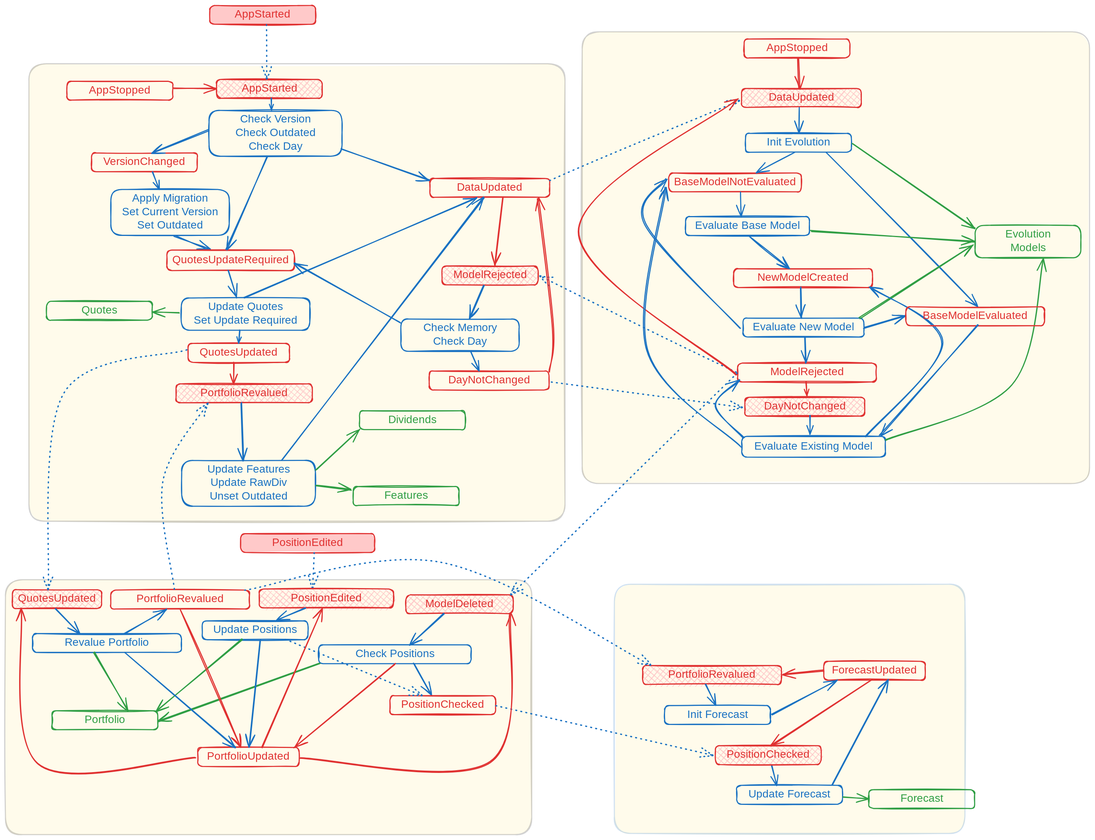
Before: docs/fsm.excalidraw.svg, a diagram exported from Excalidraw (WLM1ke/poptimizer). Source tidied: one line per element, renumbered; positions are measured from the earlier drawing's top-left corner, leaving out a move shared by most shapes.
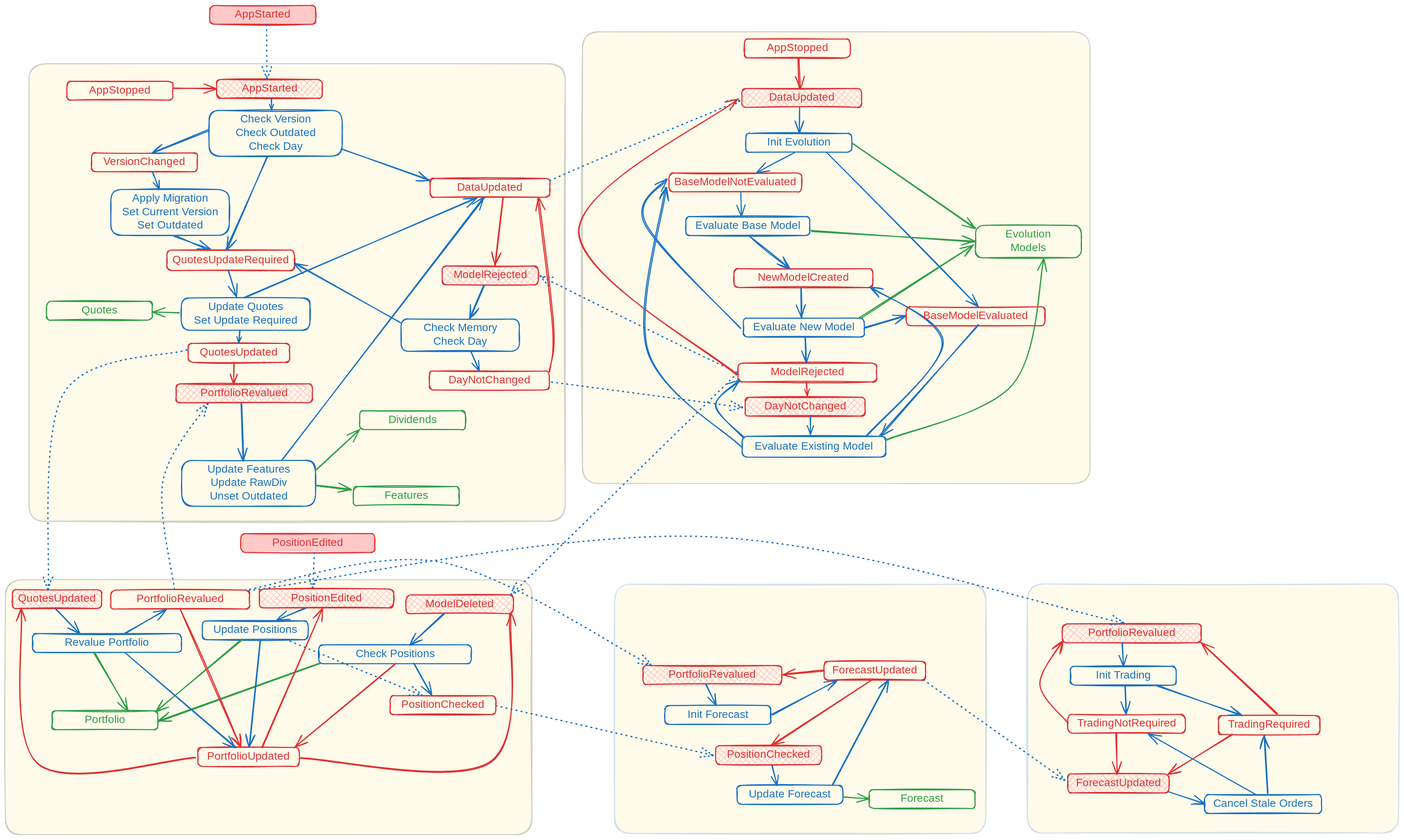
After the commit.

Commit message:
docs: add graph for order cancellation

The edit, as a diff of the source:
```diff
@@ -1,6 +1,6 @@
 {"id": 0, "type": "rectangle", "strokeColor": "#1e1e1e", "backgroundColor": "#ffec99", "fillStyle": "solid", "strokeWidth": 2, "roughness": 1, "opacity": 20, "round": true, "x": 1071, "y": 49, "width": 942, "height": 838}
 {"id": 1, "type": "rectangle", "strokeColor": "#1e1e1e", "backgroundColor": "#ffec99", "fillStyle": "solid", "strokeWidth": 2, "roughness": 1, "opacity": 20, "round": true, "x": 44, "y": 108, "width": 995, "height": 849}
-{"id": 2, "type": "rectangle", "strokeColor": "#1971c2", "backgroundColor": "#ffec99", "fillStyle": "solid", "strokeWidth": 2, "roughness": 1, "opacity": 20, "round": true, "x": 1130, "y": 1074, "width": 651, "height": 462}
+{"id": 2, "type": "rectangle", "strokeColor": "#1971c2", "backgroundColor": "#ffec99", "fillStyle": "solid", "strokeWidth": 2, "roughness": 1, "opacity": 20, "round": true, "x": 1130, "y": 1074, "width": 689, "height": 462}
 {"id": 3, "type": "rectangle", "strokeColor": "#1e1e1e", "backgroundColor": "#ffec99", "fillStyle": "solid", "strokeWidth": 2, "roughness": 1, "opacity": 20, "round": true, "x": 0, "y": 1066, "width": 977, "height": 473}
 {"id": 4, "type": "rectangle", "strokeColor": "#e03131", "backgroundColor": "#ffc9c9", "fillStyle": "cross-hatch", "strokeWidth": 2, "roughness": 1, "round": true, "x": 392, "y": 137, "width": 196, "height": 35}
 {"id": 5, "type": "text", "text": "AppStarted", "strokeColor": "#e03131", "strokeWidth": 2, "roughness": 1, "fontSize": 20, "fontFamily": 5, "textAlign": "center", "verticalAlign": "middle", "inside": 4, "x": 434, "y": 142, "width": 113, "height": 25}
@@ -91,7 +91,7 @@
 {"id": 90, "type": "rectangle", "strokeColor": "#e03131", "strokeWidth": 2, "roughness": 1, "round": true, "x": 1519, "y": 1217, "width": 188, "height": 35}
 {"id": 91, "type": "text", "text": "ForecastUpdated", "strokeColor": "#e03131", "strokeWidth": 2, "roughness": 1, "fontSize": 20, "fontFamily": 5, "textAlign": "center", "verticalAlign": "middle", "inside": 90, "x": 1528, "y": 1222, "width": 170, "height": 25}
 {"id": 92, "type": "arrow", "strokeColor": "#e03131", "strokeWidth": 2, "roughness": 1, "endArrowhead": "arrow", "round": true, "from": 90, "to": 76, "x": 1609, "y": 1252, "width": 187, "height": 121, "points": [[0, 0], [-187, 121]]}
-{"id": 93, "type": "arrow", "strokeColor": "#1971c2", "strokeWidth": 2, "roughness": 1, "endArrowhead": "arrow", "round": true, "from": 30, "to": 90, "x": 1535, "y": 1447, "width": 103, "height": 194, "points": [[0, 0], [103, -194]]}
+{"id": 93, "type": "arrow", "strokeColor": "#1971c2", "strokeWidth": 2, "roughness": 1, "endArrowhead": "arrow", "round": true, "from": 30, "to": 90, "x": 1535, "y": 1447, "width": 103, "height": 195, "points": [[0, 0], [103, -195]]}
 {"id": 94, "type": "arrow", "strokeColor": "#1971c2", "backgroundColor": "#ffc9c9", "fillStyle": "solid", "strokeWidth": 2, "roughness": 1, "endArrowhead": "arrow", "round": true, "from": 16, "to": 43, "x": 485, "y": 280, "width": 75, "height": 173, "points": [[0, 0], [-75, 173]]}
 {"id": 95, "type": "arrow", "strokeColor": "#e03131", "backgroundColor": "#ffc9c9", "fillStyle": "solid", "strokeWidth": 2, "roughness": 1, "endArrowhead": "arrow", "round": true, "from": 48, "to": 57, "x": 424, "y": 663, "width": 0, "height": 39, "points": [[0, 0], [0, 39]]}
 {"id": 96, "type": "rectangle", "strokeColor": "#2f9e44", "strokeWidth": 2, "roughness": 1, "round": true, "x": 646, "y": 893, "width": 196, "height": 35}
@@ -162,7 +162,7 @@
 {"id": 161, "type": "arrow", "strokeColor": "#e03131", "strokeWidth": 2, "roughness": 1, "endArrowhead": "arrow", "round": true, "from": 33, "to": 80, "x": 724, "y": 1222, "width": 188, "height": 155, "points": [[0, 0], [-188, 155]]}
 {"id": 162, "type": "rectangle", "strokeColor": "#e03131", "backgroundColor": "#ffc9c9", "fillStyle": "cross-hatch", "strokeWidth": 2, "roughness": 1, "round": true, "x": 1183, "y": 1225, "width": 258, "height": 35}
 {"id": 163, "type": "text", "text": "PortfolioRevalued", "strokeColor": "#e03131", "strokeWidth": 2, "roughness": 1, "fontSize": 20, "fontFamily": 5, "textAlign": "center", "verticalAlign": "middle", "inside": 162, "x": 1225, "y": 1230, "width": 174, "height": 25}
-{"id": 164, "type": "arrow", "strokeColor": "#e03131", "backgroundColor": "#ffc9c9", "fillStyle": "solid", "strokeWidth": 2, "roughness": 1, "endArrowhead": "arrow", "round": true, "from": 90, "to": 162, "x": 1518, "y": 1234, "width": 74, "height": 7, "points": [[0, 0], [-74, 7]]}
+{"id": 164, "type": "arrow", "strokeColor": "#e03131", "backgroundColor": "#ffc9c9", "fillStyle": "solid", "strokeWidth": 2, "roughness": 1, "endArrowhead": "arrow", "round": true, "from": 90, "to": 162, "x": 1518, "y": 1234, "width": 73, "height": 7, "points": [[0, 0], [-73, 7]]}
 {"id": 165, "type": "arrow", "strokeColor": "#1971c2", "strokeWidth": 2, "strokeStyle": "dotted", "roughness": 1, "endArrowhead": "arrow", "round": true, "from": 54, "to": 162, "x": 445, "y": 1085, "width": 754, "height": 192, "points": [[0, 0], [362, -53], [754, 140]]}
 {"id": 166, "type": "rectangle", "strokeColor": "#1971c2", "strokeWidth": 2, "roughness": 1, "round": true, "x": 1224, "y": 1299, "width": 196, "height": 35}
 {"id": 167, "type": "text", "text": "Init Forecast", "strokeColor": "#1971c2", "strokeWidth": 2, "roughness": 1, "fontSize": 20, "fontFamily": 5, "textAlign": "center", "verticalAlign": "middle", "inside": 166, "x": 1256, "y": 1304, "width": 132, "height": 25}
@@ -171,3 +171,28 @@
 {"id": 170, "type": "rectangle", "strokeColor": "#e03131", "strokeWidth": 2, "roughness": 1, "round": true, "x": 1671, "y": 559, "width": 258, "height": 35}
 {"id": 171, "type": "text", "text": "BaseModelEvaluated", "strokeColor": "#e03131", "strokeWidth": 2, "roughness": 1, "fontSize": 20, "fontFamily": 5, "textAlign": "center", "verticalAlign": "middle", "inside": 170, "x": 1701, "y": 564, "width": 199, "height": 25}
 {"id": 172, "type": "arrow", "strokeColor": "#1971c2", "strokeWidth": 2, "roughness": 1, "endArrowhead": "arrow", "round": true, "from": 170, "to": 122, "x": 1805, "y": 593, "width": 182, "height": 205, "points": [[0, 0], [-182, 205]]}
+{"id": 173, "type": "rectangle", "strokeColor": "#1971c2", "backgroundColor": "#ffec99", "fillStyle": "solid", "strokeWidth": 2, "roughness": 1, "opacity": 20, "round": true, "x": 1896, "y": 1073, "width": 689, "height": 462}
+{"id": 174, "type": "rectangle", "strokeColor": "#e03131", "backgroundColor": "#ffc9c9", "fillStyle": "cross-hatch", "strokeWidth": 2, "roughness": 1, "round": true, "x": 1961, "y": 1148, "width": 258, "height": 35}
+{"id": 175, "type": "text", "text": "PortfolioRevalued", "strokeColor": "#e03131", "strokeWidth": 2, "roughness": 1, "fontSize": 20, "fontFamily": 5, "textAlign": "center", "verticalAlign": "middle", "inside": 174, "x": 2003, "y": 1153, "width": 174, "height": 25}
+{"id": 176, "type": "arrow", "strokeColor": "#1971c2", "strokeWidth": 2, "strokeStyle": "dotted", "roughness": 1, "endArrowhead": "arrow", "round": true, "from": 54, "to": 174, "x": 452, "y": 1086, "width": 1624, "height": 161, "points": [[0, 0], [843, -101], [1624, 60]]}
+{"id": 177, "type": "rectangle", "strokeColor": "#1971c2", "strokeWidth": 2, "roughness": 1, "round": true, "x": 1976, "y": 1227, "width": 196, "height": 35}
+{"id": 178, "type": "text", "text": "Init Trading", "strokeColor": "#1971c2", "strokeWidth": 2, "roughness": 1, "fontSize": 20, "fontFamily": 5, "textAlign": "center", "verticalAlign": "middle", "inside": 177, "x": 2015, "y": 1232, "width": 118, "height": 25}
+{"id": 179, "type": "arrow", "strokeColor": "#1971c2", "strokeWidth": 2, "roughness": 1, "endArrowhead": "arrow", "round": true, "from": 174, "to": 177, "x": 2072, "y": 1183, "width": 3, "height": 43, "points": [[0, 0], [3, 43]]}
+{"id": 180, "type": "rectangle", "strokeColor": "#e03131", "backgroundColor": "#ffc9c9", "fillStyle": "cross-hatch", "strokeWidth": 2, "roughness": 1, "round": true, "x": 1971, "y": 1426, "width": 188, "height": 35}
+{"id": 181, "type": "text", "text": "ForecastUpdated", "strokeColor": "#e03131", "strokeWidth": 2, "roughness": 1, "fontSize": 20, "fontFamily": 5, "textAlign": "center", "verticalAlign": "middle", "inside": 180, "x": 1980, "y": 1431, "width": 170, "height": 25}
+{"id": 182, "type": "rectangle", "strokeColor": "#e03131", "strokeWidth": 2, "roughness": 1, "round": true, "x": 2251, "y": 1318, "width": 188, "height": 35}
+{"id": 183, "type": "text", "text": "TradingRequired", "strokeColor": "#e03131", "strokeWidth": 2, "roughness": 1, "fontSize": 20, "fontFamily": 5, "textAlign": "center", "verticalAlign": "middle", "inside": 182, "x": 2267, "y": 1323, "width": 156, "height": 25}
+{"id": 184, "type": "rectangle", "strokeColor": "#e03131", "strokeWidth": 2, "roughness": 1, "round": true, "x": 1971, "y": 1316, "width": 218, "height": 35}
+{"id": 185, "type": "text", "text": "TradingNotRequired", "strokeColor": "#e03131", "strokeWidth": 2, "roughness": 1, "fontSize": 20, "fontFamily": 5, "textAlign": "center", "verticalAlign": "middle", "inside": 184, "x": 1984, "y": 1321, "width": 192, "height": 25}
+{"id": 186, "type": "arrow", "strokeColor": "#1971c2", "backgroundColor": "#ffc9c9", "fillStyle": "solid", "strokeWidth": 2, "roughness": 1, "endArrowhead": "arrow", "round": true, "from": 177, "to": 184, "x": 2077, "y": 1262, "width": 3, "height": 54, "points": [[0, 0], [3, 54]]}
+{"id": 187, "type": "arrow", "strokeColor": "#1971c2", "backgroundColor": "#ffc9c9", "fillStyle": "solid", "strokeWidth": 2, "roughness": 1, "endArrowhead": "arrow", "round": true, "from": 177, "to": 182, "x": 2136, "y": 1262, "width": 158, "height": 56, "points": [[0, 0], [158, 56]]}
+{"id": 188, "type": "arrow", "strokeColor": "#1971c2", "backgroundColor": "#ffc9c9", "fillStyle": "solid", "strokeWidth": 2, "strokeStyle": "dotted", "roughness": 1, "endArrowhead": "arrow", "round": true, "from": 90, "to": 180, "x": 1703, "y": 1252, "width": 264, "height": 187, "points": [[0, 0], [264, 187]]}
+{"id": 189, "type": "arrow", "strokeColor": "#e03131", "backgroundColor": "#ffc9c9", "fillStyle": "solid", "strokeWidth": 2, "roughness": 1, "endArrowhead": "arrow", "round": true, "from": 184, "to": 180, "x": 2061, "y": 1351, "width": 1, "height": 74, "points": [[0, 0], [1, 74]]}
+{"id": 190, "type": "arrow", "strokeColor": "#e03131", "backgroundColor": "#ffc9c9", "fillStyle": "solid", "strokeWidth": 2, "roughness": 1, "endArrowhead": "arrow", "round": true, "from": 182, "to": 180, "x": 2276, "y": 1353, "width": 120, "height": 73, "points": [[0, 0], [-120, 73]]}
+{"id": 191, "type": "arrow", "strokeColor": "#1971c2", "backgroundColor": "#ffc9c9", "fillStyle": "solid", "strokeWidth": 2, "roughness": 1, "endArrowhead": "arrow", "round": true, "from": 194, "to": 184, "x": 2320, "y": 1464, "width": 200, "height": 113, "points": [[0, 0], [-200, -113]]}
+{"id": 192, "type": "arrow", "strokeColor": "#e03131", "backgroundColor": "#ffc9c9", "fillStyle": "solid", "strokeWidth": 2, "roughness": 1, "endArrowhead": "arrow", "round": true, "from": 184, "to": 174, "x": 1971, "y": 1331, "width": 52, "height": 150, "points": [[0, 0], [-52, -71], [-10, -150]]}
+{"id": 193, "type": "arrow", "strokeColor": "#e03131", "backgroundColor": "#ffc9c9", "fillStyle": "solid", "strokeWidth": 2, "roughness": 1, "endArrowhead": "arrow", "round": true, "from": 182, "to": 174, "x": 2360, "y": 1315, "width": 142, "height": 133, "points": [[0, 0], [-142, -133]]}
+{"id": 194, "type": "rectangle", "strokeColor": "#1971c2", "strokeWidth": 2, "roughness": 1, "round": true, "x": 2225, "y": 1464, "width": 217, "height": 35}
+{"id": 195, "type": "text", "text": "Cancel Stale Orders", "strokeColor": "#1971c2", "strokeWidth": 2, "roughness": 1, "fontSize": 20, "fontFamily": 5, "textAlign": "center", "verticalAlign": "middle", "inside": 194, "x": 2238, "y": 1469, "width": 192, "height": 25}
+{"id": 196, "type": "arrow", "strokeColor": "#1971c2", "backgroundColor": "#ffc9c9", "fillStyle": "solid", "strokeWidth": 2, "roughness": 1, "endArrowhead": "arrow", "round": true, "from": 180, "to": 194, "x": 2159, "y": 1459, "width": 65, "height": 22, "points": [[0, 0], [65, 22]]}
+{"id": 197, "type": "arrow", "strokeColor": "#1971c2", "backgroundColor": "#ffc9c9", "fillStyle": "solid", "strokeWidth": 2, "roughness": 1, "endArrowhead": "arrow", "round": true, "from": 194, "to": 182, "x": 2341, "y": 1462, "width": 4, "height": 107, "points": [[0, 0], [-4, -107]]}
```
